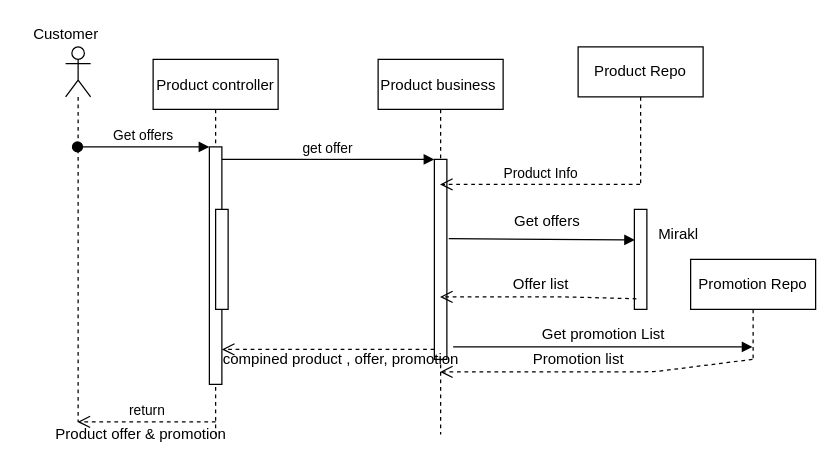
The draw.io diagram Untitled Diagram.drawio in senthilkumar11/docsiruseri, before the edit. Source tidied: cells renumbered, new cells numbered last; positions are measured from the earlier drawing's top-left corner, leaving out a move shared by most shapes. Both pictures are drawn from the tidied source at 125%, with x=0, y=0 at pixel (21, 21).
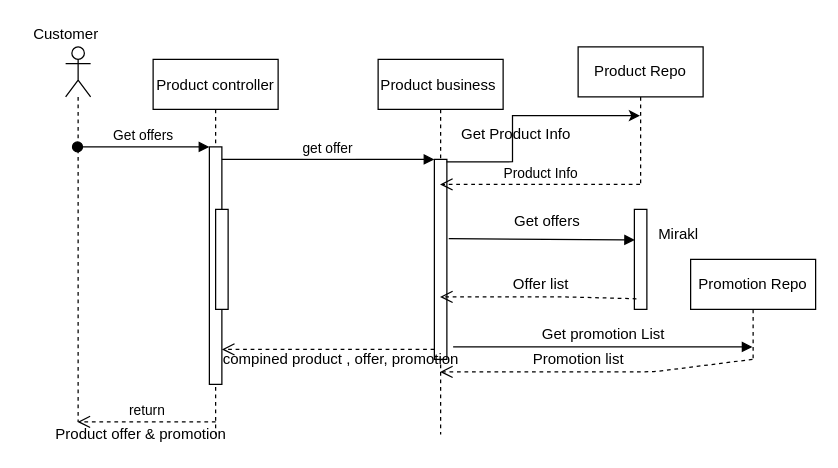
The same page after the edit.

The change refers to these unchanged cells:
```xml
<mxCell id="6" style="points=[];perimeter=orthogonalPerimeter;rounded=0;shadow=0;strokeWidth=1;" parent="5" vertex="1">
  <mxGeometry x="45" y="80" width="10" height="160" as="geometry" />
</mxCell>
<mxCell id="12" value="Product Repo" style="shape=umlLifeline;perimeter=lifelinePerimeter;whiteSpace=wrap;html=1;outlineConnect=0;" parent="1" vertex="1">
  <mxGeometry x="445" y="20" width="100" height="110" as="geometry" />
</mxCell>
```

Diff of the diagram source:
```diff
@@
+    <mxCell id="28" style="edgeStyle=orthogonalEdgeStyle;rounded=0;jettySize=auto;html=1;labelBackgroundColor=none;fontColor=none;exitX=0.975;exitY=0.012;exitDx=0;exitDy=0;exitPerimeter=0;" parent="1" edge="1" source="6" target="12">
+      <mxGeometry relative="1" as="geometry" />
+    </mxCell>
+    <mxCell id="29" value="Get Product Info&lt;br&gt;" style="text;html=1;align=center;verticalAlign=middle;strokeColor=none;fontColor=none;" parent="1" vertex="1">
+      <mxGeometry x="345" y="80" width="100" height="20" as="geometry" />
+    </mxCell>
```
